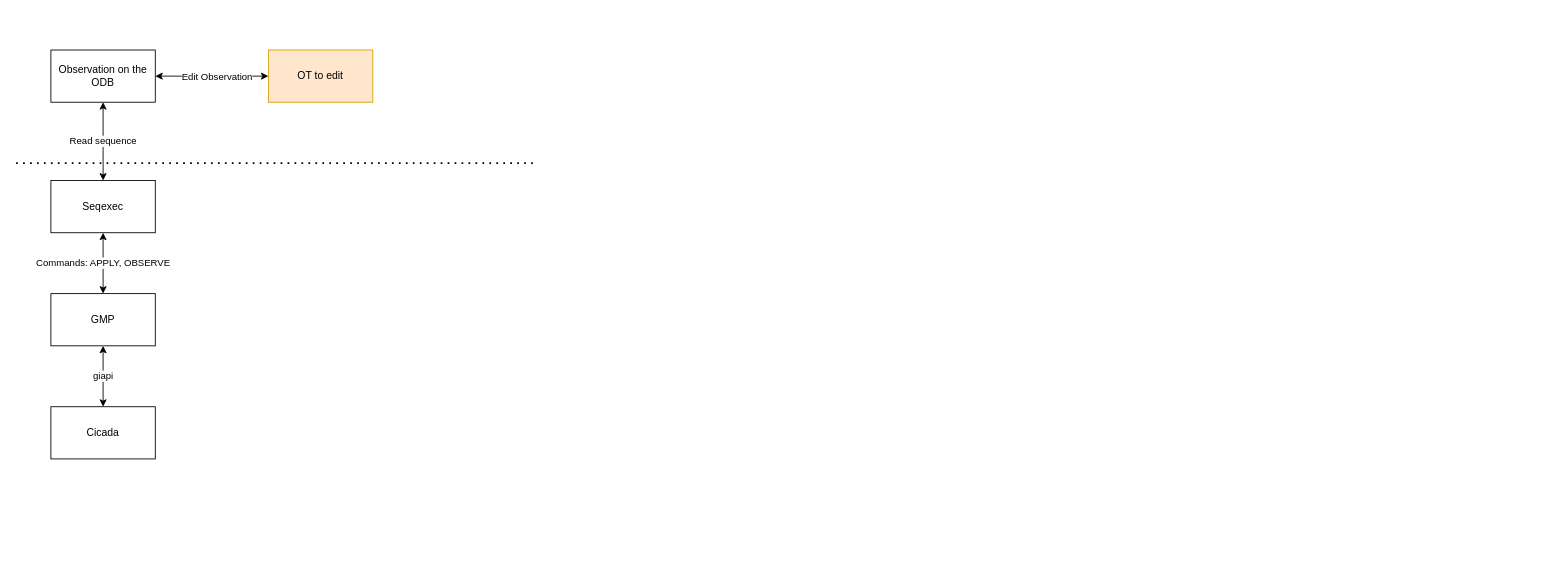
Earlier version of the draw.io diagram src/Untitled Diagram.drawio (cquiroz/assignable). Source tidied: cells renumbered, new cells numbered last; positions are measured from the earlier drawing's top-left corner, leaving out a move shared by most shapes. Both pictures are drawn from the tidied source at 87%, with x=0, y=0 at pixel (16, 50).
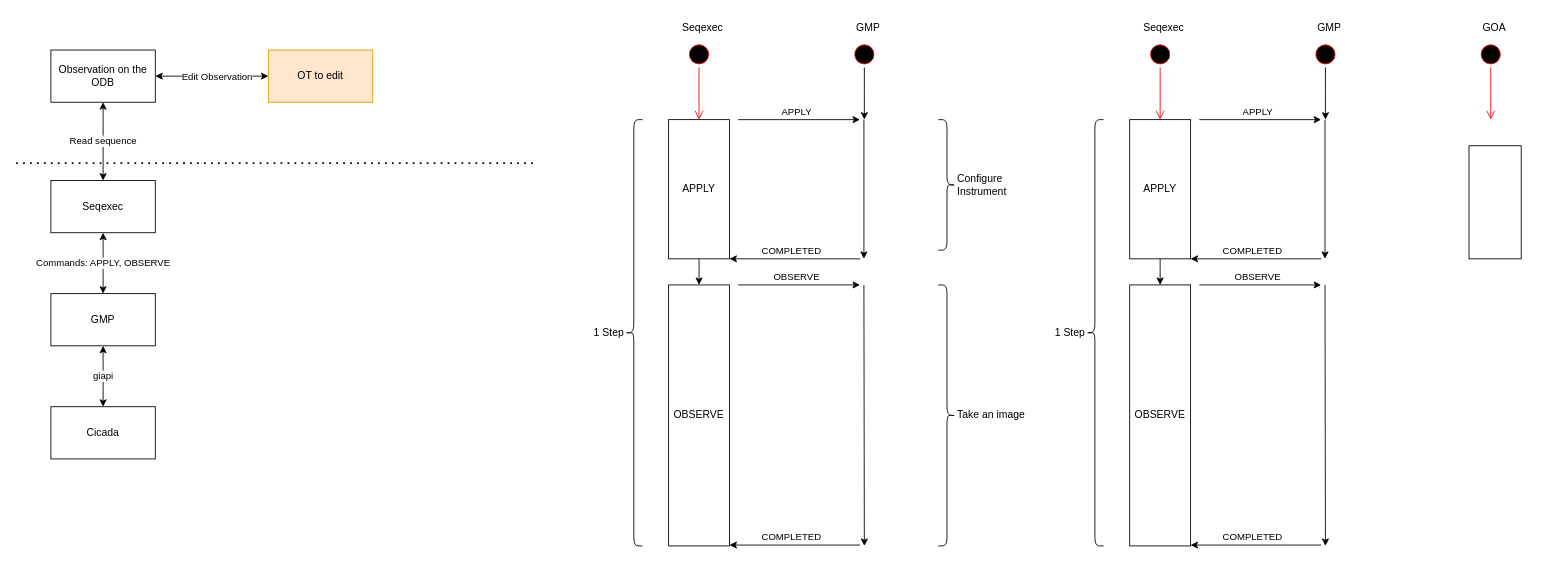
The same diagram, later.

Diff of the diagram source:
```diff
@@
+    <mxCell id="13" value="Seq" style="ellipse;html=1;shape=startState;fillColor=#000000;strokeColor=#ff0000;" parent="1" vertex="1">
+      <mxGeometry x="770" y="-10" width="30" height="30" as="geometry" />
+    </mxCell>
+    <mxCell id="14" style="edgeStyle=orthogonalEdgeStyle;html=1;verticalAlign=bottom;endArrow=open;endSize=8;strokeColor=#ff0000;rounded=0;entryX=0.5;entryY=0;entryDx=0;entryDy=0;" parent="1" edge="1" source="13" target="15">
+      <mxGeometry relative="1" as="geometry" />
+    </mxCell>
+    <mxCell id="15" value="APPLY" style="rounded=0;whiteSpace=wrap;html=1;" parent="1" vertex="1">
+      <mxGeometry x="750" y="80" width="70" height="160" as="geometry" />
+    </mxCell>
+    <mxCell id="16" value="OBSERVE" style="rounded=0;whiteSpace=wrap;html=1;direction=west;" parent="1" vertex="1">
+      <mxGeometry x="750" y="270" width="70" height="300" as="geometry" />
+    </mxCell>
+    <mxCell id="17" value="1 Step" style="shape=curlyBracket;html=1;rounded=1;labelPosition=left;verticalLabelPosition=middle;align=right;verticalAlign=middle;" parent="1" vertex="1">
+      <mxGeometry x="700" y="80" width="20" height="490" as="geometry" />
+    </mxCell>
+    <mxCell id="18" value="Seqexec" style="text;strokeColor=none;fillColor=none;align=left;verticalAlign=middle;spacingLeft=4;spacingRight=4;overflow=hidden;whiteSpace=wrap;html=1;" parent="1" vertex="1">
+      <mxGeometry x="760" y="-40" width="80" height="30" as="geometry" />
+    </mxCell>
+    <mxCell id="19" style="endArrow=classic;html=1;rounded=0;" parent="1" edge="1">
+      <mxGeometry relative="1" as="geometry">
+        <mxPoint x="830" y="80" as="sourcePoint" />
+        <mxPoint x="970" y="80" as="targetPoint" />
+      </mxGeometry>
+    </mxCell>
+    <mxCell id="20" value="APPLY" style="edgeLabel;html=1;align=center;verticalAlign=middle;" parent="19" vertex="1">
+      <mxGeometry x="0.29" y="-4" relative="1" as="geometry">
+        <mxPoint x="-24" y="-14" as="offset" />
+      </mxGeometry>
+    </mxCell>
+    <mxCell id="21" style="edgeStyle=orthogonalEdgeStyle;rounded=0;jettySize=auto;html=1;" parent="1" edge="1" source="22">
+      <mxGeometry relative="1" as="geometry">
+        <mxPoint x="975" y="80" as="targetPoint" />
+      </mxGeometry>
+    </mxCell>
+    <mxCell id="22" value="Seq" style="ellipse;html=1;shape=startState;fillColor=#000000;strokeColor=#ff0000;" parent="1" vertex="1">
+      <mxGeometry x="960" y="-10" width="30" height="30" as="geometry" />
+    </mxCell>
+    <mxCell id="23" value="GMP" style="text;strokeColor=none;fillColor=none;align=left;verticalAlign=middle;spacingLeft=4;spacingRight=4;overflow=hidden;whiteSpace=wrap;html=1;" parent="1" vertex="1">
+      <mxGeometry x="960" y="-40" width="80" height="30" as="geometry" />
+    </mxCell>
+    <mxCell id="24" style="endArrow=classic;html=1;rounded=0;" parent="1" edge="1">
+      <mxGeometry relative="1" as="geometry">
+        <mxPoint x="974.5" y="80" as="sourcePoint" />
+        <mxPoint x="974.5" y="240" as="targetPoint" />
+      </mxGeometry>
+    </mxCell>
+    <mxCell id="25" style="endArrow=classic;html=1;rounded=0;entryX=1;entryY=1;entryDx=0;entryDy=0;" parent="1" edge="1" target="15">
+      <mxGeometry relative="1" as="geometry">
+        <mxPoint x="970" y="240" as="sourcePoint" />
+      </mxGeometry>
+    </mxCell>
+    <mxCell id="26" value="COMPLETED" style="edgeLabel;html=1;align=center;verticalAlign=middle;" parent="25" vertex="1">
+      <mxGeometry x="0.48" y="4" relative="1" as="geometry">
+        <mxPoint x="31" y="-14" as="offset" />
+      </mxGeometry>
+    </mxCell>
+    <mxCell id="27" style="endArrow=classic;html=1;rounded=0;exitX=0.5;exitY=1;exitDx=0;exitDy=0;entryX=0.5;entryY=1;entryDx=0;entryDy=0;" parent="1" edge="1" source="15" target="16">
+      <mxGeometry relative="1" as="geometry" />
+    </mxCell>
+    <mxCell id="28" style="endArrow=classic;html=1;rounded=0;" parent="1" edge="1">
+      <mxGeometry relative="1" as="geometry">
+        <mxPoint x="974.5" y="270" as="sourcePoint" />
+        <mxPoint x="975" y="570" as="targetPoint" />
+      </mxGeometry>
+    </mxCell>
+    <mxCell id="29" style="endArrow=classic;html=1;rounded=0;entryX=1;entryY=1;entryDx=0;entryDy=0;" parent="1" edge="1">
+      <mxGeometry relative="1" as="geometry">
+        <mxPoint x="970" y="569" as="sourcePoint" />
+        <mxPoint x="820" y="569" as="targetPoint" />
+      </mxGeometry>
+    </mxCell>
+    <mxCell id="30" value="COMPLETED" style="edgeLabel;html=1;align=center;verticalAlign=middle;" parent="29" vertex="1">
+      <mxGeometry x="0.48" y="4" relative="1" as="geometry">
+        <mxPoint x="31" y="-14" as="offset" />
+      </mxGeometry>
+    </mxCell>
+    <mxCell id="31" style="endArrow=classic;html=1;rounded=0;" parent="1" edge="1">
+      <mxGeometry relative="1" as="geometry">
+        <mxPoint x="830" y="270" as="sourcePoint" />
+        <mxPoint x="970" y="270" as="targetPoint" />
+      </mxGeometry>
+    </mxCell>
+    <mxCell id="32" value="OBSERVE" style="edgeLabel;html=1;align=center;verticalAlign=middle;" parent="31" vertex="1">
+      <mxGeometry x="0.29" y="-4" relative="1" as="geometry">
+        <mxPoint x="-24" y="-14" as="offset" />
+      </mxGeometry>
+    </mxCell>
+    <mxCell id="33" value="Configure Instrument" style="shape=curlyBracket;whiteSpace=wrap;html=1;rounded=1;flipH=1;labelPosition=right;verticalLabelPosition=middle;align=left;verticalAlign=middle;" parent="1" vertex="1">
+      <mxGeometry x="1060" y="80" width="20" height="150" as="geometry" />
+    </mxCell>
+    <mxCell id="34" value="Take an image" style="shape=curlyBracket;html=1;rounded=1;flipH=1;labelPosition=right;verticalLabelPosition=middle;align=left;verticalAlign=middle;" parent="1" vertex="1">
+      <mxGeometry x="1060" y="270" width="20" height="300" as="geometry" />
+    </mxCell>
+    <mxCell id="35" value="Seq" style="ellipse;html=1;shape=startState;fillColor=#000000;strokeColor=#ff0000;" parent="1" vertex="1">
+      <mxGeometry x="1300" y="-10" width="30" height="30" as="geometry" />
+    </mxCell>
+    <mxCell id="36" style="edgeStyle=orthogonalEdgeStyle;html=1;verticalAlign=bottom;endArrow=open;endSize=8;strokeColor=#ff0000;rounded=0;entryX=0.5;entryY=0;entryDx=0;entryDy=0;" parent="1" edge="1" source="35" target="37">
+      <mxGeometry relative="1" as="geometry" />
+    </mxCell>
+    <mxCell id="37" value="APPLY" style="rounded=0;whiteSpace=wrap;html=1;" parent="1" vertex="1">
+      <mxGeometry x="1280" y="80" width="70" height="160" as="geometry" />
+    </mxCell>
+    <mxCell id="38" value="OBSERVE" style="rounded=0;whiteSpace=wrap;html=1;direction=west;" parent="1" vertex="1">
+      <mxGeometry x="1280" y="270" width="70" height="300" as="geometry" />
+    </mxCell>
+    <mxCell id="39" value="1 Step" style="shape=curlyBracket;html=1;rounded=1;labelPosition=left;verticalLabelPosition=middle;align=right;verticalAlign=middle;" parent="1" vertex="1">
+      <mxGeometry x="1230" y="80" width="20" height="490" as="geometry" />
+    </mxCell>
+    <mxCell id="40" value="Seqexec" style="text;strokeColor=none;fillColor=none;align=left;verticalAlign=middle;spacingLeft=4;spacingRight=4;overflow=hidden;whiteSpace=wrap;html=1;" parent="1" vertex="1">
+      <mxGeometry x="1290" y="-40" width="80" height="30" as="geometry" />
+    </mxCell>
+    <mxCell id="41" style="endArrow=classic;html=1;rounded=0;" parent="1" edge="1">
+      <mxGeometry relative="1" as="geometry">
+        <mxPoint x="1360" y="80" as="sourcePoint" />
+        <mxPoint x="1500" y="80" as="targetPoint" />
+      </mxGeometry>
+    </mxCell>
+    <mxCell id="42" value="APPLY" style="edgeLabel;html=1;align=center;verticalAlign=middle;" parent="41" vertex="1">
+      <mxGeometry x="0.29" y="-4" relative="1" as="geometry">
+        <mxPoint x="-24" y="-14" as="offset" />
+      </mxGeometry>
+    </mxCell>
+    <mxCell id="43" style="edgeStyle=orthogonalEdgeStyle;rounded=0;jettySize=auto;html=1;" parent="1" edge="1" source="44">
+      <mxGeometry relative="1" as="geometry">
+        <mxPoint x="1505" y="80" as="targetPoint" />
+      </mxGeometry>
+    </mxCell>
+    <mxCell id="44" value="Seq" style="ellipse;html=1;shape=startState;fillColor=#000000;strokeColor=#ff0000;" parent="1" vertex="1">
+      <mxGeometry x="1490" y="-10" width="30" height="30" as="geometry" />
+    </mxCell>
+    <mxCell id="45" value="GMP" style="text;strokeColor=none;fillColor=none;align=left;verticalAlign=middle;spacingLeft=4;spacingRight=4;overflow=hidden;whiteSpace=wrap;html=1;" parent="1" vertex="1">
+      <mxGeometry x="1490" y="-40" width="80" height="30" as="geometry" />
+    </mxCell>
+    <mxCell id="46" style="endArrow=classic;html=1;rounded=0;" parent="1" edge="1">
+      <mxGeometry relative="1" as="geometry">
+        <mxPoint x="1504.5" y="80" as="sourcePoint" />
+        <mxPoint x="1504.5" y="240" as="targetPoint" />
+      </mxGeometry>
+    </mxCell>
+    <mxCell id="47" style="endArrow=classic;html=1;rounded=0;entryX=1;entryY=1;entryDx=0;entryDy=0;" parent="1" edge="1" target="37">
+      <mxGeometry relative="1" as="geometry">
+        <mxPoint x="1500" y="240" as="sourcePoint" />
+      </mxGeometry>
+    </mxCell>
+    <mxCell id="48" value="COMPLETED" style="edgeLabel;html=1;align=center;verticalAlign=middle;" parent="47" vertex="1">
+      <mxGeometry x="0.48" y="4" relative="1" as="geometry">
+        <mxPoint x="31" y="-14" as="offset" />
+      </mxGeometry>
+    </mxCell>
+    <mxCell id="49" style="endArrow=classic;html=1;rounded=0;exitX=0.5;exitY=1;exitDx=0;exitDy=0;entryX=0.5;entryY=1;entryDx=0;entryDy=0;" parent="1" edge="1" source="37" target="38">
+      <mxGeometry relative="1" as="geometry" />
+    </mxCell>
+    <mxCell id="50" style="endArrow=classic;html=1;rounded=0;" parent="1" edge="1">
+      <mxGeometry relative="1" as="geometry">
+        <mxPoint x="1504.5" y="270" as="sourcePoint" />
+        <mxPoint x="1505" y="570" as="targetPoint" />
+      </mxGeometry>
+    </mxCell>
+    <mxCell id="51" style="endArrow=classic;html=1;rounded=0;entryX=1;entryY=1;entryDx=0;entryDy=0;" parent="1" edge="1">
+      <mxGeometry relative="1" as="geometry">
+        <mxPoint x="1500" y="569" as="sourcePoint" />
+        <mxPoint x="1350" y="569" as="targetPoint" />
+      </mxGeometry>
+    </mxCell>
+    <mxCell id="52" value="COMPLETED" style="edgeLabel;html=1;align=center;verticalAlign=middle;" parent="51" vertex="1">
+      <mxGeometry x="0.48" y="4" relative="1" as="geometry">
+        <mxPoint x="31" y="-14" as="offset" />
+      </mxGeometry>
+    </mxCell>
+    <mxCell id="53" style="endArrow=classic;html=1;rounded=0;" parent="1" edge="1">
+      <mxGeometry relative="1" as="geometry">
+        <mxPoint x="1360" y="270" as="sourcePoint" />
+        <mxPoint x="1500" y="270" as="targetPoint" />
+      </mxGeometry>
+    </mxCell>
+    <mxCell id="54" value="OBSERVE" style="edgeLabel;html=1;align=center;verticalAlign=middle;" parent="53" vertex="1">
+      <mxGeometry x="0.29" y="-4" relative="1" as="geometry">
+        <mxPoint x="-24" y="-14" as="offset" />
+      </mxGeometry>
+    </mxCell>
+    <mxCell id="55" style="ellipse;html=1;shape=startState;fillColor=#000000;strokeColor=#ff0000;" parent="1" vertex="1">
+      <mxGeometry x="1680" y="-10" width="30" height="30" as="geometry" />
+    </mxCell>
+    <mxCell id="56" style="edgeStyle=orthogonalEdgeStyle;html=1;verticalAlign=bottom;endArrow=open;endSize=8;strokeColor=#ff0000;rounded=0;" parent="1" edge="1" source="55">
+      <mxGeometry relative="1" as="geometry">
+        <mxPoint x="1695" y="80" as="targetPoint" />
+      </mxGeometry>
+    </mxCell>
+    <mxCell id="57" value="GOA" style="text;strokeColor=none;fillColor=none;align=left;verticalAlign=middle;spacingLeft=4;spacingRight=4;overflow=hidden;whiteSpace=wrap;html=1;" parent="1" vertex="1">
+      <mxGeometry x="1680" y="-40" width="80" height="30" as="geometry" />
+    </mxCell>
+    <mxCell id="58" style="rounded=0;whiteSpace=wrap;html=1;" parent="1" vertex="1">
+      <mxGeometry x="1670" y="110" width="60" height="130" as="geometry" />
+    </mxCell>
```
